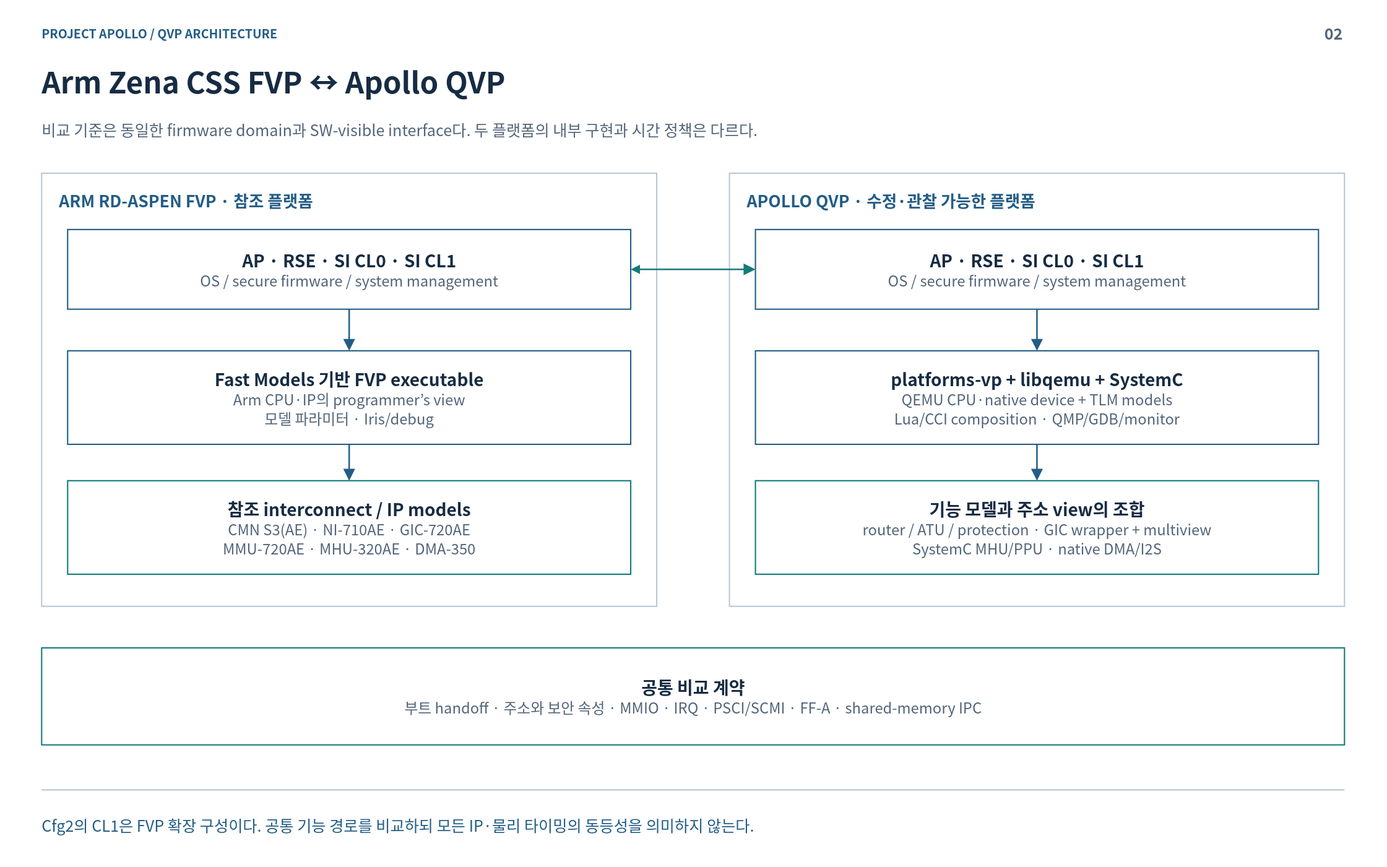
Before: doc/phase1/qbox/diagrams/02-fvp-qvp.drawio.svg, a diagram exported from draw.io (cometzero/project-apollo). Source tidied: cells renumbered, new cells last; positions are measured from the earlier drawing's top-left corner, leaving out a move shared by most shapes.
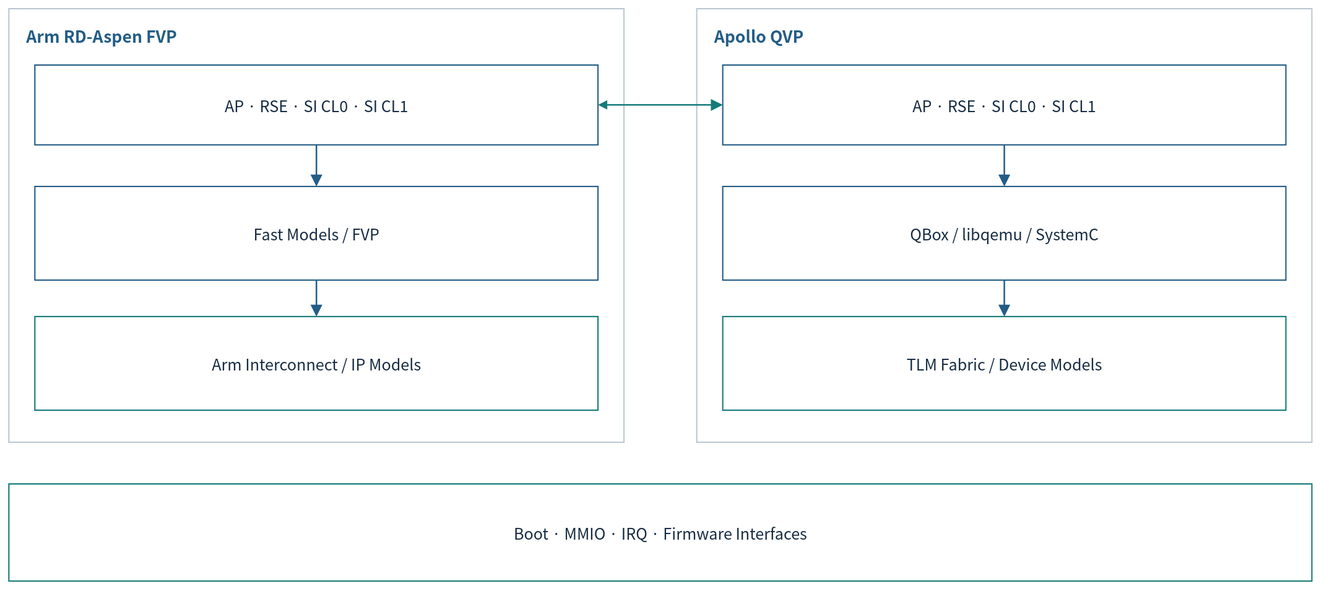
The same file after the commit.

Change to the diagram source:
```diff
@@ -2,58 +2,34 @@
   <root>
     <mxCell id="0" />
     <mxCell id="1" parent="0" />
-    <mxCell id="2" style="rounded=0;whiteSpace=wrap;html=1;fillColor=#FFFFFF;strokeColor=none;strokeWidth=1.5;fontColor=#172C43;fontFamily=Noto Sans CJK KR;fontSize=18;spacing=14;" parent="1" vertex="1">
-      <mxGeometry width="1600" height="1000" as="geometry" />
-    </mxCell>
-    <mxCell id="3" value="PROJECT APOLLO  /  QVP ARCHITECTURE" style="rounded=0;whiteSpace=wrap;html=1;fillColor=#FFFFFF;strokeColor=none;strokeWidth=1.5;fontColor=#172C43;fontFamily=Noto Sans CJK KR;fontSize=18;spacing=14;fillColor=none;align=left;verticalAlign=middle;spacing=0;fontSize=14;fontColor=#235D86;fontStyle=1;" parent="1" vertex="1">
-      <mxGeometry x="48" y="26" width="1400" height="24" as="geometry" />
-    </mxCell>
-    <mxCell id="4" value="02" style="rounded=0;whiteSpace=wrap;html=1;fillColor=#FFFFFF;strokeColor=none;strokeWidth=1.5;fontColor=#172C43;fontFamily=Noto Sans CJK KR;fontSize=18;spacing=14;fillColor=none;align=right;verticalAlign=middle;spacing=0;fontSize=18;fontColor=#52657A;fontStyle=1;" parent="1" vertex="1">
-      <mxGeometry x="1485" y="23" width="65" height="30" as="geometry" />
-    </mxCell>
-    <mxCell id="5" value="Arm Zena CSS FVP ↔ Apollo QVP" style="rounded=0;whiteSpace=wrap;html=1;fillColor=#FFFFFF;strokeColor=none;strokeWidth=1.5;fontColor=#172C43;fontFamily=Noto Sans CJK KR;fontSize=18;spacing=14;fillColor=none;align=left;verticalAlign=middle;spacing=0;fontSize=34;fontColor=#172C43;fontStyle=1;" parent="1" vertex="1">
-      <mxGeometry x="48" y="67" width="1504" height="54" as="geometry" />
-    </mxCell>
-    <mxCell id="6" value="비교 기준은 동일한 firmware domain과 SW-visible interface다. 두 플랫폼의 내부 구현과 시간 정책은 다르다." style="rounded=0;whiteSpace=wrap;html=1;fillColor=#FFFFFF;strokeColor=none;strokeWidth=1.5;fontColor=#172C43;fontFamily=Noto Sans CJK KR;fontSize=18;spacing=14;fillColor=none;align=left;verticalAlign=middle;spacing=0;fontSize=18;fontColor=#52657A;" parent="1" vertex="1">
-      <mxGeometry x="48" y="127" width="1504" height="44" as="geometry" />
-    </mxCell>
-    <mxCell id="7" style="html=1;rounded=0;edgeStyle=none;endArrow=none;endSize=9;strokeColor=#BAC7D3;strokeWidth=1.6;fontColor=#BAC7D3;fontFamily=Noto Sans CJK KR;fontSize=15;labelBackgroundColor=#FFFFFF;" parent="1" edge="1">
-      <mxGeometry relative="1" as="geometry">
-        <mxPoint x="48" y="912" as="sourcePoint" />
-        <mxPoint x="1552" y="912" as="targetPoint" />
-      </mxGeometry>
-    </mxCell>
-    <mxCell id="8" value="Cfg2의 CL1은 FVP 확장 구성이다. 공통 기능 경로를 비교하되 모든 IP·물리 타이밍의 동등성을 의미하지 않는다." style="rounded=0;whiteSpace=wrap;html=1;fillColor=#FFFFFF;strokeColor=none;strokeWidth=1.5;fontColor=#172C43;fontFamily=Noto Sans CJK KR;fontSize=18;spacing=14;fillColor=none;align=left;verticalAlign=middle;spacing=0;fontSize=18;fontColor=#235D86;" parent="1" vertex="1">
-      <mxGeometry x="48" y="926" width="1504" height="52" as="geometry" />
-    </mxCell>
     <mxCell id="9" style="rounded=0;whiteSpace=wrap;html=1;fillColor=#FFFFFF;strokeColor=#BAC7D3;strokeWidth=1.5;fontColor=#172C43;fontFamily=Noto Sans CJK KR;fontSize=18;spacing=14;" parent="1" vertex="1">
       <mxGeometry x="48" y="200" width="710" height="500" as="geometry" />
     </mxCell>
-    <mxCell id="10" value="ARM RD-ASPEN FVP  ·  참조 플랫폼" style="rounded=0;whiteSpace=wrap;html=1;fillColor=#FFFFFF;strokeColor=none;strokeWidth=1.5;fontColor=#172C43;fontFamily=Noto Sans CJK KR;fontSize=18;spacing=14;fillColor=none;align=left;verticalAlign=middle;spacing=0;fontSize=19;fontColor=#235D86;fontStyle=1;" parent="1" vertex="1">
+    <mxCell id="10" value="Arm RD-Aspen FVP" style="rounded=0;whiteSpace=wrap;html=1;fillColor=#FFFFFF;strokeColor=none;strokeWidth=1.5;fontColor=#172C43;fontFamily=Noto Sans CJK KR;fontSize=18;spacing=14;fillColor=none;align=left;verticalAlign=middle;spacing=0;fontSize=19;fontColor=#235D86;fontStyle=1;" parent="1" vertex="1">
       <mxGeometry x="68" y="215" width="670" height="32" as="geometry" />
     </mxCell>
     <mxCell id="11" style="rounded=0;whiteSpace=wrap;html=1;fillColor=#FFFFFF;strokeColor=#BAC7D3;strokeWidth=1.5;fontColor=#172C43;fontFamily=Noto Sans CJK KR;fontSize=18;spacing=14;" parent="1" vertex="1">
       <mxGeometry x="842" y="200" width="710" height="500" as="geometry" />
     </mxCell>
-    <mxCell id="12" value="APOLLO QVP  ·  수정·관찰 가능한 플랫폼" style="rounded=0;whiteSpace=wrap;html=1;fillColor=#FFFFFF;strokeColor=none;strokeWidth=1.5;fontColor=#172C43;fontFamily=Noto Sans CJK KR;fontSize=18;spacing=14;fillColor=none;align=left;verticalAlign=middle;spacing=0;fontSize=19;fontColor=#235D86;fontStyle=1;" parent="1" vertex="1">
+    <mxCell id="12" value="Apollo QVP" style="rounded=0;whiteSpace=wrap;html=1;fillColor=#FFFFFF;strokeColor=none;strokeWidth=1.5;fontColor=#172C43;fontFamily=Noto Sans CJK KR;fontSize=18;spacing=14;fillColor=none;align=left;verticalAlign=middle;spacing=0;fontSize=19;fontColor=#235D86;fontStyle=1;" parent="1" vertex="1">
       <mxGeometry x="862" y="215" width="670" height="32" as="geometry" />
     </mxCell>
-    <mxCell id="13" value="&lt;b style=&quot;font-size:20px&quot;&gt;AP · RSE · SI CL0 · SI CL1&lt;/b&gt;&lt;br&gt;&lt;font color=&quot;#52657A&quot; style=&quot;font-size:17px&quot;&gt;OS / secure firmware / system management&lt;/font&gt;" style="rounded=0;whiteSpace=wrap;html=1;fillColor=#FFFFFF;strokeColor=#235D86;strokeWidth=1.5;fontColor=#172C43;fontFamily=Noto Sans CJK KR;fontSize=18;spacing=14;" parent="1" vertex="1">
+    <mxCell id="13" value="AP · RSE · SI CL0 · SI CL1" style="rounded=0;whiteSpace=wrap;html=1;fillColor=#FFFFFF;strokeColor=#235D86;strokeWidth=1.5;fontColor=#172C43;fontFamily=Noto Sans CJK KR;fontSize=18;spacing=14;" parent="1" vertex="1">
       <mxGeometry x="78" y="265" width="650" height="92" as="geometry" />
     </mxCell>
-    <mxCell id="14" value="&lt;b style=&quot;font-size:20px&quot;&gt;AP · RSE · SI CL0 · SI CL1&lt;/b&gt;&lt;br&gt;&lt;font color=&quot;#52657A&quot; style=&quot;font-size:17px&quot;&gt;OS / secure firmware / system management&lt;/font&gt;" style="rounded=0;whiteSpace=wrap;html=1;fillColor=#FFFFFF;strokeColor=#235D86;strokeWidth=1.5;fontColor=#172C43;fontFamily=Noto Sans CJK KR;fontSize=18;spacing=14;" parent="1" vertex="1">
+    <mxCell id="14" value="AP · RSE · SI CL0 · SI CL1" style="rounded=0;whiteSpace=wrap;html=1;fillColor=#FFFFFF;strokeColor=#235D86;strokeWidth=1.5;fontColor=#172C43;fontFamily=Noto Sans CJK KR;fontSize=18;spacing=14;" parent="1" vertex="1">
       <mxGeometry x="872" y="265" width="650" height="92" as="geometry" />
     </mxCell>
-    <mxCell id="15" value="&lt;b style=&quot;font-size:20px&quot;&gt;Fast Models 기반 FVP executable&lt;/b&gt;&lt;br&gt;&lt;font color=&quot;#52657A&quot; style=&quot;font-size:17px&quot;&gt;Arm CPU·IP의 programmer’s view&lt;br&gt;모델 파라미터 · Iris/debug&lt;/font&gt;" style="rounded=0;whiteSpace=wrap;html=1;fillColor=#FFFFFF;strokeColor=#235D86;strokeWidth=1.5;fontColor=#172C43;fontFamily=Noto Sans CJK KR;fontSize=18;spacing=14;" parent="1" vertex="1">
+    <mxCell id="15" value="Fast Models / FVP" style="rounded=0;whiteSpace=wrap;html=1;fillColor=#FFFFFF;strokeColor=#235D86;strokeWidth=1.5;fontColor=#172C43;fontFamily=Noto Sans CJK KR;fontSize=18;spacing=14;" parent="1" vertex="1">
       <mxGeometry x="78" y="405" width="650" height="108" as="geometry" />
     </mxCell>
-    <mxCell id="16" value="&lt;b style=&quot;font-size:20px&quot;&gt;platforms-vp + libqemu + SystemC&lt;/b&gt;&lt;br&gt;&lt;font color=&quot;#52657A&quot; style=&quot;font-size:17px&quot;&gt;QEMU CPU·native device + TLM models&lt;br&gt;Lua/CCI composition · QMP/GDB/monitor&lt;/font&gt;" style="rounded=0;whiteSpace=wrap;html=1;fillColor=#FFFFFF;strokeColor=#235D86;strokeWidth=1.5;fontColor=#172C43;fontFamily=Noto Sans CJK KR;fontSize=18;spacing=14;" parent="1" vertex="1">
+    <mxCell id="16" value="QBox / libqemu / SystemC" style="rounded=0;whiteSpace=wrap;html=1;fillColor=#FFFFFF;strokeColor=#235D86;strokeWidth=1.5;fontColor=#172C43;fontFamily=Noto Sans CJK KR;fontSize=18;spacing=14;" parent="1" vertex="1">
       <mxGeometry x="872" y="405" width="650" height="108" as="geometry" />
     </mxCell>
-    <mxCell id="17" value="&lt;b style=&quot;font-size:20px&quot;&gt;참조 interconnect / IP models&lt;/b&gt;&lt;br&gt;&lt;font color=&quot;#52657A&quot; style=&quot;font-size:17px&quot;&gt;CMN S3(AE) · NI-710AE · GIC-720AE&lt;br&gt;MMU-720AE · MHU-320AE · DMA-350&lt;/font&gt;" style="rounded=0;whiteSpace=wrap;html=1;fillColor=#FFFFFF;strokeColor=#147B79;strokeWidth=1.5;fontColor=#172C43;fontFamily=Noto Sans CJK KR;fontSize=18;spacing=14;" parent="1" vertex="1">
+    <mxCell id="17" value="Arm Interconnect / IP Models" style="rounded=0;whiteSpace=wrap;html=1;fillColor=#FFFFFF;strokeColor=#147B79;strokeWidth=1.5;fontColor=#172C43;fontFamily=Noto Sans CJK KR;fontSize=18;spacing=14;" parent="1" vertex="1">
       <mxGeometry x="78" y="555" width="650" height="108" as="geometry" />
     </mxCell>
-    <mxCell id="18" value="&lt;b style=&quot;font-size:20px&quot;&gt;기능 모델과 주소 view의 조합&lt;/b&gt;&lt;br&gt;&lt;font color=&quot;#52657A&quot; style=&quot;font-size:17px&quot;&gt;router / ATU / protection · GIC wrapper + multiview&lt;br&gt;SystemC MHU/PPU · native DMA/I2S&lt;/font&gt;" style="rounded=0;whiteSpace=wrap;html=1;fillColor=#FFFFFF;strokeColor=#147B79;strokeWidth=1.5;fontColor=#172C43;fontFamily=Noto Sans CJK KR;fontSize=18;spacing=14;" parent="1" vertex="1">
+    <mxCell id="18" value="TLM Fabric / Device Models" style="rounded=0;whiteSpace=wrap;html=1;fillColor=#FFFFFF;strokeColor=#147B79;strokeWidth=1.5;fontColor=#172C43;fontFamily=Noto Sans CJK KR;fontSize=18;spacing=14;" parent="1" vertex="1">
       <mxGeometry x="872" y="555" width="650" height="108" as="geometry" />
     </mxCell>
     <mxCell id="19" style="html=1;whiteSpace=nowrap;rounded=0;edgeStyle=none;endArrow=block;endFill=1;endSize=9;strokeColor=#235D86;strokeWidth=1.8;fontColor=#235D86;fontFamily=Noto Sans CJK KR;fontSize=15;labelBackgroundColor=#FFFFFF;exitX=0.5;exitY=1;exitDx=0;exitDy=0;entryX=0.5;entryY=0;entryDx=0;entryDy=0;" parent="1" edge="1" source="13" target="15">
@@ -71,7 +47,7 @@
     <mxCell id="23" style="html=1;whiteSpace=nowrap;rounded=0;edgeStyle=none;endArrow=block;endFill=1;endSize=9;strokeColor=#147B79;strokeWidth=1.8;fontColor=#147B79;fontFamily=Noto Sans CJK KR;fontSize=15;labelBackgroundColor=#FFFFFF;exitX=1;exitY=0.5;exitDx=0;exitDy=0;entryX=0;entryY=0.5;entryDx=0;entryDy=0;startArrow=block;startFill=1;" parent="1" edge="1" source="13" target="14">
       <mxGeometry relative="1" as="geometry" />
     </mxCell>
-    <mxCell id="24" value="&lt;b style=&quot;font-size:20px&quot;&gt;공통 비교 계약&lt;/b&gt;&lt;br&gt;&lt;font color=&quot;#52657A&quot; style=&quot;font-size:17px&quot;&gt;부트 handoff · 주소와 보안 속성 · MMIO · IRQ · PSCI/SCMI · FF-A · shared-memory IPC&lt;/font&gt;" style="rounded=0;whiteSpace=wrap;html=1;fillColor=#FFFFFF;strokeColor=#147B79;strokeWidth=1.5;fontColor=#172C43;fontFamily=Noto Sans CJK KR;fontSize=18;spacing=14;" parent="1" vertex="1">
+    <mxCell id="24" value="Boot · MMIO · IRQ · Firmware Interfaces" style="rounded=0;whiteSpace=wrap;html=1;fillColor=#FFFFFF;strokeColor=#147B79;strokeWidth=1.5;fontColor=#172C43;fontFamily=Noto Sans CJK KR;fontSize=18;spacing=14;" parent="1" vertex="1">
       <mxGeometry x="48" y="748" width="1504" height="112" as="geometry" />
     </mxCell>
   </root>
```
